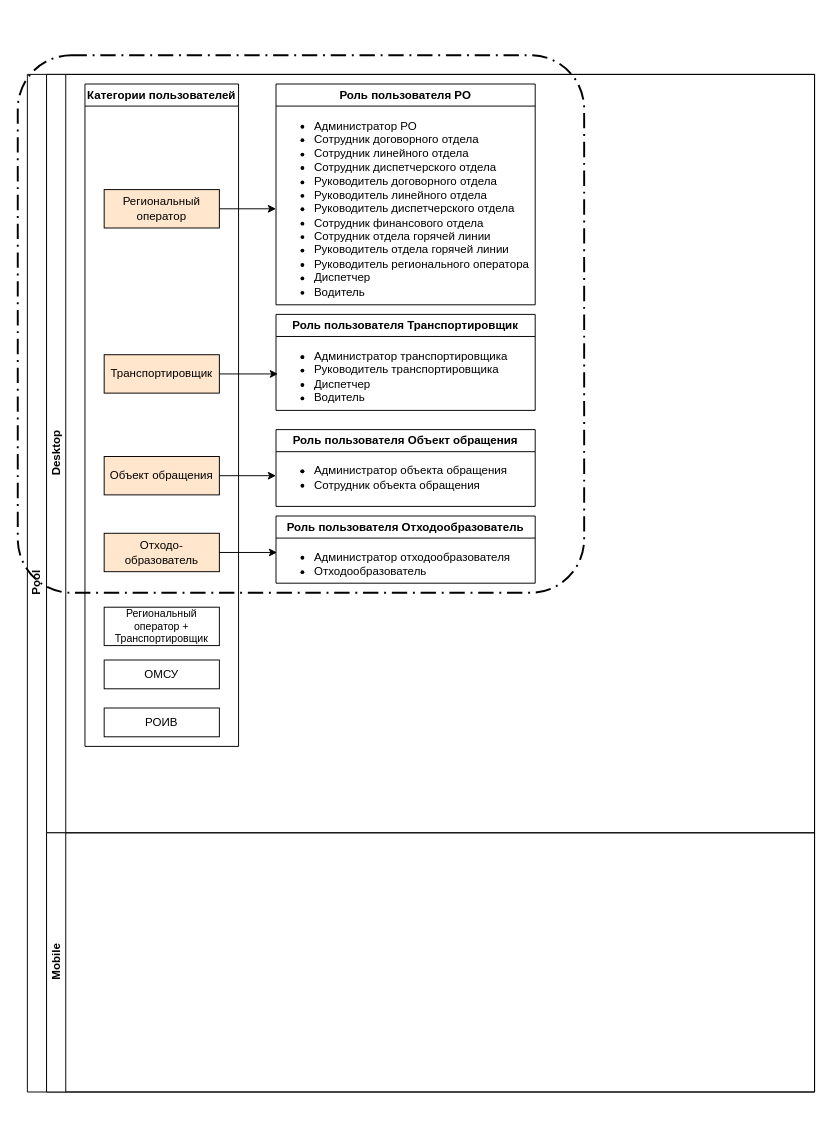
This is page "Страница — 2" (2 of 3) of Диаграмма без названия.drawio from SergeiF-Kolomna/diagrams, a draw.io file, before an edit. Source tidied: cells renumbered, new cells numbered last; positions are measured from the earlier drawing's top-left corner, leaving out a move shared by most shapes. Both pictures are drawn from the tidied source at 96%, with x=0, y=0 at pixel (17, 55).
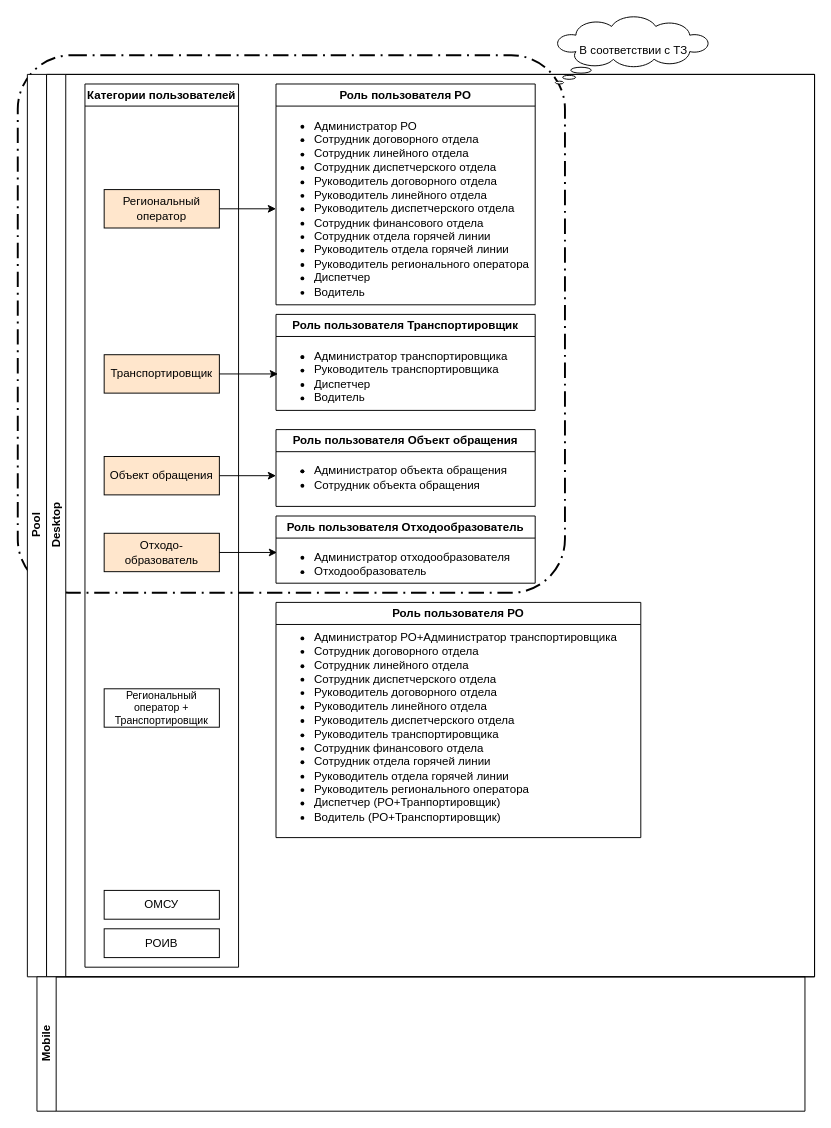
Above is the later version.

Diff of the diagram source:
```diff
@@
+    <mxCell id="25" style="rounded=1;arcSize=10;dashed=1;strokeColor=#000000;fillColor=none;gradientColor=none;dashPattern=8 3 1 3;strokeWidth=2;whiteSpace=wrap;html=1;align=left;" parent="1" vertex="1">
+      <mxGeometry width="570" height="560" as="geometry" />
+    </mxCell>
     <mxCell id="2" value="Pool" style="swimlane;html=1;horizontal=0;startSize=20;" parent="1" vertex="1">
-      <mxGeometry x="10" y="20" width="820" height="1060" as="geometry" />
+      <mxGeometry x="10" y="20" width="820" height="940" as="geometry" />
     </mxCell>
     <mxCell id="3" value="Desktop" style="swimlane;html=1;startSize=20;horizontal=0;" parent="2" vertex="1">
-      <mxGeometry x="20" width="800" height="790" as="geometry" />
+      <mxGeometry x="20" width="800" height="940" as="geometry" />
     </mxCell>
     <mxCell id="4" value="Категории пользователей" style="swimlane;whiteSpace=wrap;html=1;" parent="3" vertex="1">
-      <mxGeometry x="40" y="10" width="160" height="690" as="geometry" />
+      <mxGeometry x="40" y="10" width="160" height="920" as="geometry" />
     </mxCell>
@@
     <mxCell id="9" value="Региональный оператор + Транспортировщик" style="rounded=0;whiteSpace=wrap;html=1;fontSize=11;" parent="4" vertex="1">
-      <mxGeometry x="20" y="545" width="120" height="40" as="geometry" />
+      <mxGeometry x="20" y="630" width="120" height="40" as="geometry" />
     </mxCell>
     <mxCell id="10" value="ОМСУ" style="rounded=0;whiteSpace=wrap;html=1;fontSize=12;" parent="4" vertex="1">
-      <mxGeometry x="20" y="600" width="120" height="30" as="geometry" />
+      <mxGeometry x="20" y="840" width="120" height="30" as="geometry" />
     </mxCell>
     <mxCell id="11" value="РОИВ" style="rounded=0;whiteSpace=wrap;html=1;" parent="4" vertex="1">
-      <mxGeometry x="20" y="650" width="120" height="30" as="geometry" />
+      <mxGeometry x="20" y="880" width="120" height="30" as="geometry" />
     </mxCell>
@@
-    <mxCell id="21" value="Mobile" style="swimlane;html=1;startSize=20;horizontal=0;" parent="2" vertex="1">
-      <mxGeometry x="20" y="790" width="800" height="270" as="geometry" />
-    </mxCell>
+    <mxCell id="26" value="Роль пользователя РО" style="swimlane;whiteSpace=wrap;html=1;" parent="3" vertex="1">
+      <mxGeometry x="239" y="550" width="380" height="245" as="geometry" />
+    </mxCell>
+    <mxCell id="27" value="&lt;div&gt;&lt;ul&gt;&lt;li&gt;Администратор РО+Администратор транспортировщика&lt;/li&gt;&lt;li&gt;Сотрудник договорного отдела&lt;/li&gt;&lt;li&gt;Сотрудник линейного отдела&lt;/li&gt;&lt;li&gt;Сотрудник диспетчерского отдела&lt;/li&gt;&lt;li&gt;Руководитель договорного отдела&lt;/li&gt;&lt;li&gt;Руководитель линейного отдела&lt;/li&gt;&lt;li&gt;Руководитель диспетчерского отдела&lt;/li&gt;&lt;li&gt;Руководитель транспортировщика&lt;/li&gt;&lt;li&gt;Сотрудник финансового отдела&lt;/li&gt;&lt;li&gt;Сотрудник отдела горячей линии&lt;/li&gt;&lt;li&gt;Руководитель отдела горячей линии&lt;/li&gt;&lt;li&gt;Руководитель регионального оператора&lt;/li&gt;&lt;li&gt;Диспетчер (РО+Транпортировщик)&lt;/li&gt;&lt;li&gt;Водитель (РО+Транспортировщик)&lt;/li&gt;&lt;/ul&gt;&lt;/div&gt;" style="text;html=1;align=left;verticalAlign=middle;strokeColor=none;fillColor=none;spacing=0;" parent="26" vertex="1">
+      <mxGeometry y="15" width="380" height="230" as="geometry" />
+    </mxCell>
@@
-    <mxCell id="25" style="rounded=1;arcSize=10;dashed=1;strokeColor=#000000;fillColor=none;gradientColor=none;dashPattern=8 3 1 3;strokeWidth=2;whiteSpace=wrap;html=1;align=left;" parent="1" vertex="1">
-      <mxGeometry width="590" height="560" as="geometry" />
-    </mxCell>
+    <mxCell id="28" value="&amp;nbsp;В соответствии с ТЗ" style="whiteSpace=wrap;html=1;shape=mxgraph.basic.cloud_callout;" parent="1" vertex="1">
+      <mxGeometry x="560" y="-40" width="160" height="70" as="geometry" />
+    </mxCell>
+    <mxCell id="21" value="Mobile" style="swimlane;html=1;startSize=20;horizontal=0;" parent="1" vertex="1">
+      <mxGeometry x="20" y="960" width="800" height="140" as="geometry" />
+    </mxCell>
```
